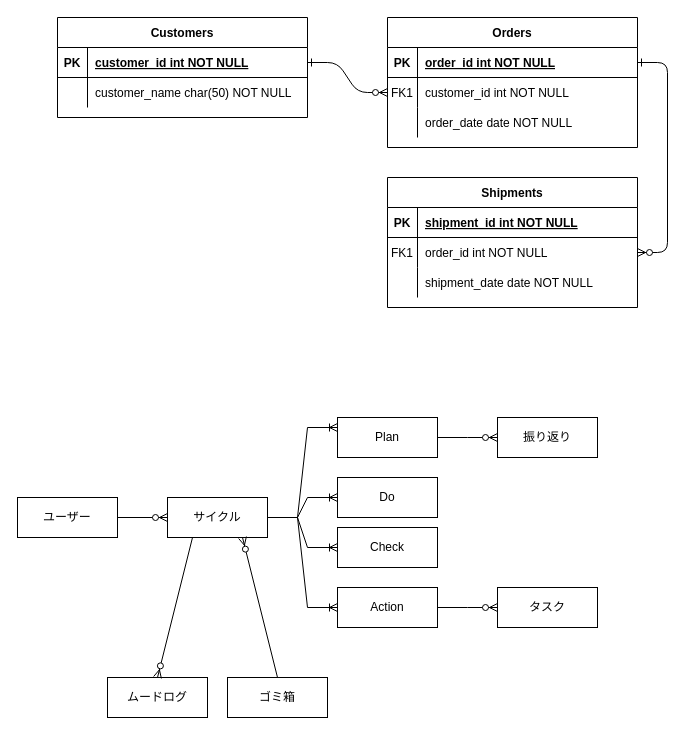
This is page "Page-1" (1 of 3) of ER.drawio from katkatprog/drowio, a draw.io file, before an edit. Source tidied: cells renumbered, new cells numbered last; positions are measured from the earlier drawing's top-left corner, leaving out a move shared by most shapes. Both pictures are drawn from the tidied source at 100%, with x=0, y=0 at pixel (17, 17).
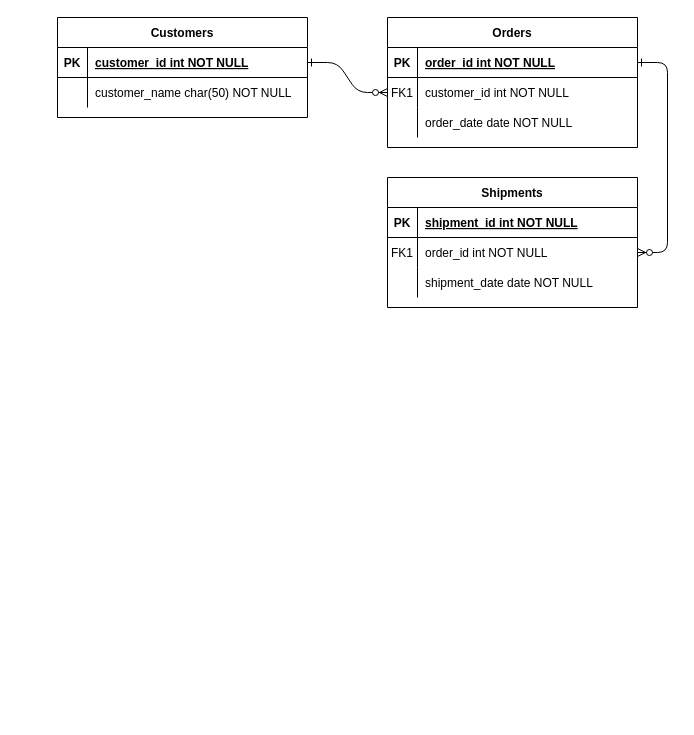
After the change.

Commit message:
論理図作成開始。サイクル、ユーザー、ムードログの図は作成した。

Diff of the diagram source:
```diff
@@
-    <mxCell id="31" value="ユーザー" style="whiteSpace=wrap;html=1;align=center;" parent="1" vertex="1">
-      <mxGeometry y="480" width="100" height="40" as="geometry" />
-    </mxCell>
-    <mxCell id="32" value="サイクル" style="whiteSpace=wrap;html=1;align=center;" parent="1" vertex="1">
-      <mxGeometry x="150" y="480" width="100" height="40" as="geometry" />
-    </mxCell>
-    <mxCell id="33" value="ゴミ箱" style="whiteSpace=wrap;html=1;align=center;" parent="1" vertex="1">
-      <mxGeometry x="210" y="660" width="100" height="40" as="geometry" />
-    </mxCell>
-    <mxCell id="34" value="ムードログ" style="whiteSpace=wrap;html=1;align=center;" parent="1" vertex="1">
-      <mxGeometry x="90" y="660" width="100" height="40" as="geometry" />
-    </mxCell>
-    <mxCell id="35" value="タスク" style="whiteSpace=wrap;html=1;align=center;" parent="1" vertex="1">
-      <mxGeometry x="480" y="570" width="100" height="40" as="geometry" />
-    </mxCell>
-    <mxCell id="36" value="振り返り" style="whiteSpace=wrap;html=1;align=center;" parent="1" vertex="1">
-      <mxGeometry x="480" y="400" width="100" height="40" as="geometry" />
-    </mxCell>
-    <mxCell id="37" value="Plan" style="whiteSpace=wrap;html=1;align=center;" parent="1" vertex="1">
-      <mxGeometry x="320" y="400" width="100" height="40" as="geometry" />
-    </mxCell>
-    <mxCell id="38" value="Do" style="whiteSpace=wrap;html=1;align=center;" parent="1" vertex="1">
-      <mxGeometry x="320" y="460" width="100" height="40" as="geometry" />
-    </mxCell>
-    <mxCell id="39" value="Check" style="whiteSpace=wrap;html=1;align=center;" parent="1" vertex="1">
-      <mxGeometry x="320" y="510" width="100" height="40" as="geometry" />
-    </mxCell>
-    <mxCell id="40" value="Action" style="whiteSpace=wrap;html=1;align=center;" parent="1" vertex="1">
-      <mxGeometry x="320" y="570" width="100" height="40" as="geometry" />
-    </mxCell>
-    <mxCell id="41" style="edgeStyle=entityRelationEdgeStyle;fontSize=12;html=1;endArrow=ERzeroToMany;endFill=1;rounded=0;exitX=1;exitY=0.5;exitDx=0;exitDy=0;" parent="1" edge="1" source="31" target="32">
-      <mxGeometry relative="1" as="geometry" />
-    </mxCell>
-    <mxCell id="42" style="edgeStyle=entityRelationEdgeStyle;fontSize=12;html=1;endArrow=ERoneToMany;rounded=0;exitX=1;exitY=0.5;exitDx=0;exitDy=0;entryX=0;entryY=0.25;entryDx=0;entryDy=0;" parent="1" edge="1" source="32" target="37">
-      <mxGeometry relative="1" as="geometry" />
-    </mxCell>
-    <mxCell id="43" style="edgeStyle=entityRelationEdgeStyle;fontSize=12;html=1;endArrow=ERoneToMany;rounded=0;entryX=0;entryY=0.5;entryDx=0;entryDy=0;" parent="1" edge="1" target="38">
-      <mxGeometry relative="1" as="geometry">
-        <mxPoint x="250" y="500" as="sourcePoint" />
-      </mxGeometry>
-    </mxCell>
-    <mxCell id="44" style="edgeStyle=entityRelationEdgeStyle;fontSize=12;html=1;endArrow=ERoneToMany;rounded=0;exitX=1;exitY=0.5;exitDx=0;exitDy=0;entryX=0;entryY=0.5;entryDx=0;entryDy=0;" parent="1" edge="1" source="32" target="39">
-      <mxGeometry relative="1" as="geometry" />
-    </mxCell>
-    <mxCell id="45" style="edgeStyle=entityRelationEdgeStyle;fontSize=12;html=1;endArrow=ERoneToMany;rounded=0;exitX=1;exitY=0.5;exitDx=0;exitDy=0;" parent="1" edge="1" source="32" target="40">
-      <mxGeometry relative="1" as="geometry" />
-    </mxCell>
-    <mxCell id="46" style="edgeStyle=entityRelationEdgeStyle;fontSize=12;html=1;endArrow=ERzeroToMany;endFill=1;rounded=0;" parent="1" edge="1" source="37" target="36">
-      <mxGeometry relative="1" as="geometry" />
-    </mxCell>
-    <mxCell id="47" style="edgeStyle=entityRelationEdgeStyle;fontSize=12;html=1;endArrow=ERzeroToMany;endFill=1;rounded=0;entryX=0;entryY=0.5;entryDx=0;entryDy=0;" parent="1" edge="1" source="40" target="35">
-      <mxGeometry relative="1" as="geometry" />
-    </mxCell>
-    <mxCell id="48" style="fontSize=12;html=1;endArrow=ERzeroToMany;endFill=1;rounded=0;exitX=0.5;exitY=0;exitDx=0;exitDy=0;entryX=0.75;entryY=1;entryDx=0;entryDy=0;" parent="1" edge="1" source="33" target="32">
-      <mxGeometry relative="1" as="geometry" />
-    </mxCell>
-    <mxCell id="49" style="fontSize=12;html=1;endArrow=ERzeroToMany;endFill=1;rounded=0;exitX=0.25;exitY=1;exitDx=0;exitDy=0;entryX=0.5;entryY=0;entryDx=0;entryDy=0;" parent="1" edge="1" source="32" target="34">
-      <mxGeometry relative="1" as="geometry" />
-    </mxCell>
```
